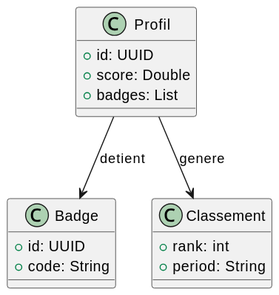
Above: docs/Diagrams/Reputation/ms6-reputation-class.svg in reemslama/mini-projet-web (PlantUML), before the change. The source it was exported from:
```plantuml
@startuml
skinparam backgroundColor #FFFFFF
class Profil {
  +id: UUID
  +score: Double
  +badges: List
}

class Badge {
  +id: UUID
  +code: String
}

class Classement {
  +rank: int
  +period: String
}

Profil --> Badge : detient
Profil --> Classement : genere
@enduml
```
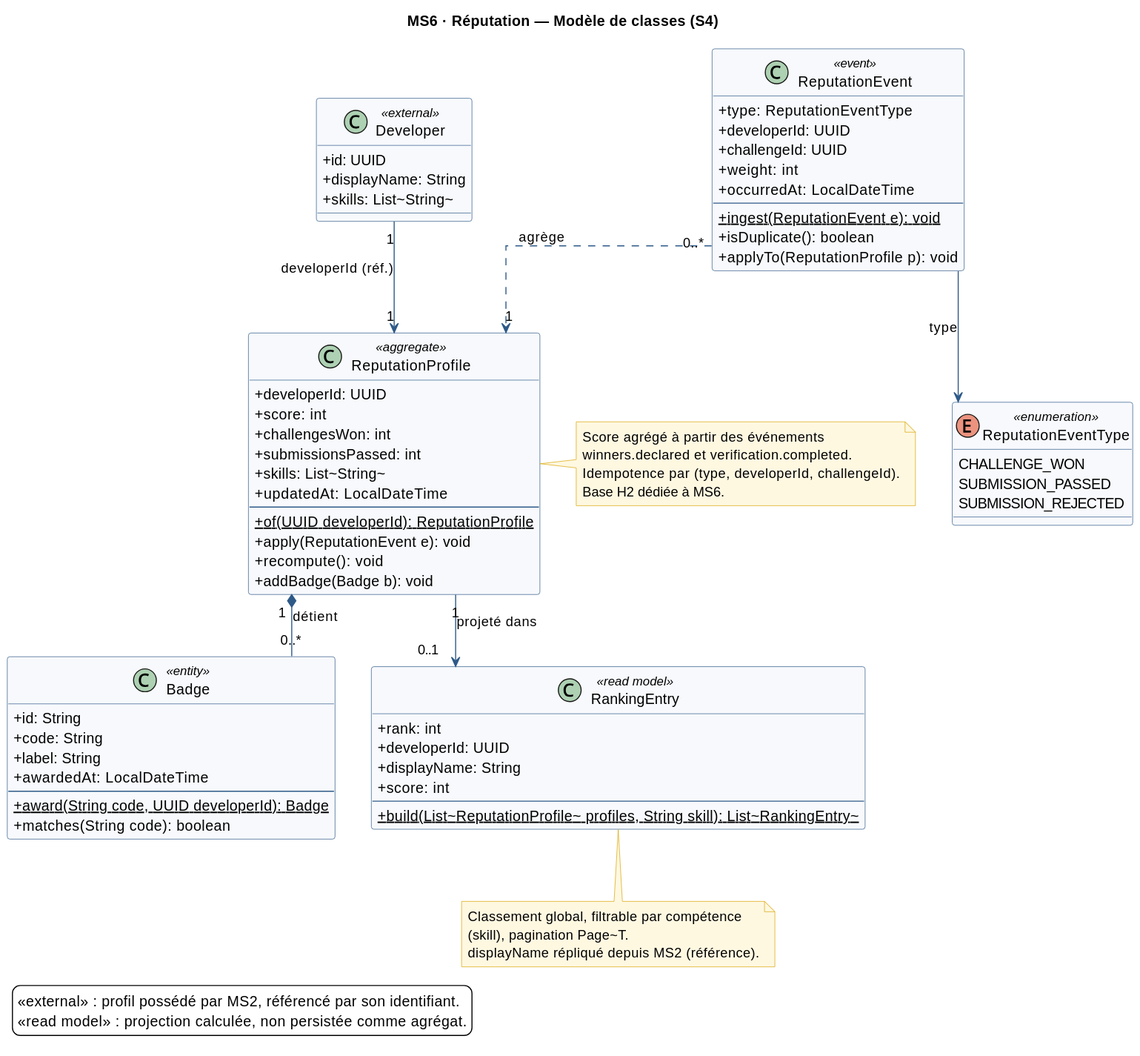
Later version of the same file.

Diff of the diagram source:
```diff
@@ -1,21 +1,96 @@
 @startuml
+title MS6 · Réputation — Modèle de classes (S4)
+
 skinparam backgroundColor #FFFFFF
-class Profil {
-  +id: UUID
-  +score: Double
-  +badges: List
+skinparam classAttributeIconSize 0
+skinparam shadowing false
+skinparam linetype ortho
+skinparam ClassBackgroundColor #F7F9FC
+skinparam ClassBorderColor #2E5A88
+skinparam ArrowColor #2E5A88
+skinparam FontName Helvetica
+skinparam FontSize 12
+skinparam NoteBackgroundColor #FFF8E1
+skinparam NoteBorderColor #D9A400
+
+enum ReputationEventType <<enumeration>> {
+  CHALLENGE_WON
+  SUBMISSION_PASSED
+  SUBMISSION_REJECTED
 }
 
-class Badge {
-  +id: UUID
-  +code: String
+class ReputationEvent <<event>> {
+  +type: ReputationEventType
+  +developerId: UUID
+  +challengeId: UUID
+  +weight: int
+  +occurredAt: LocalDateTime
+  --
+  +ingest(ReputationEvent e): void {static}
+  +isDuplicate(): boolean
+  +applyTo(ReputationProfile p): void
 }
 
-class Classement {
-  +rank: int
-  +period: String
+class ReputationProfile <<aggregate>> {
+  +developerId: UUID
+  +score: int
+  +challengesWon: int
+  +submissionsPassed: int
+  +skills: List~String~
+  +updatedAt: LocalDateTime
+  --
+  +of(UUID developerId): ReputationProfile {static}
+  +apply(ReputationEvent e): void
+  +recompute(): void
+  +addBadge(Badge b): void
 }
 
-Profil --> Badge : detient
-Profil --> Classement : genere
+class Badge <<entity>> {
+  +id: String
+  +code: String
+  +label: String
+  +awardedAt: LocalDateTime
+  --
+  +award(String code, UUID developerId): Badge {static}
+  +matches(String code): boolean
+}
+
+class RankingEntry <<read model>> {
+  +rank: int
+  +developerId: UUID
+  +displayName: String
+  +score: int
+  --
+  +build(List~ReputationProfile~ profiles, String skill): List~RankingEntry~ {static}
+}
+
+class Developer <<external>> {
+  +id: UUID
+  +displayName: String
+  +skills: List~String~
+}
+
+ReputationEvent "0..*" ..> "1" ReputationProfile : agrège
+ReputationProfile "1" *-- "0..*" Badge : détient
+ReputationProfile "1" --> "0..1" RankingEntry : projeté dans
+Developer "1" --> "1" ReputationProfile : developerId (réf.)
+ReputationEvent --> ReputationEventType : type
+
+note right of ReputationProfile
+  Score agrégé à partir des événements
+  winners.declared et verification.completed.
+  Idempotence par (type, developerId, challengeId).
+  Base H2 dédiée à MS6.
+end note
+
+note bottom of RankingEntry
+  Classement global, filtrable par compétence
+  (skill), pagination Page~T~.
+  displayName répliqué depuis MS2 (référence).
+end note
+
+legend bottom left
+  <<external>> : profil possédé par MS2, référencé par son identifiant.
+  <<read model>> : projection calculée, non persistée comme agrégat.
+end legend
 @enduml
```
